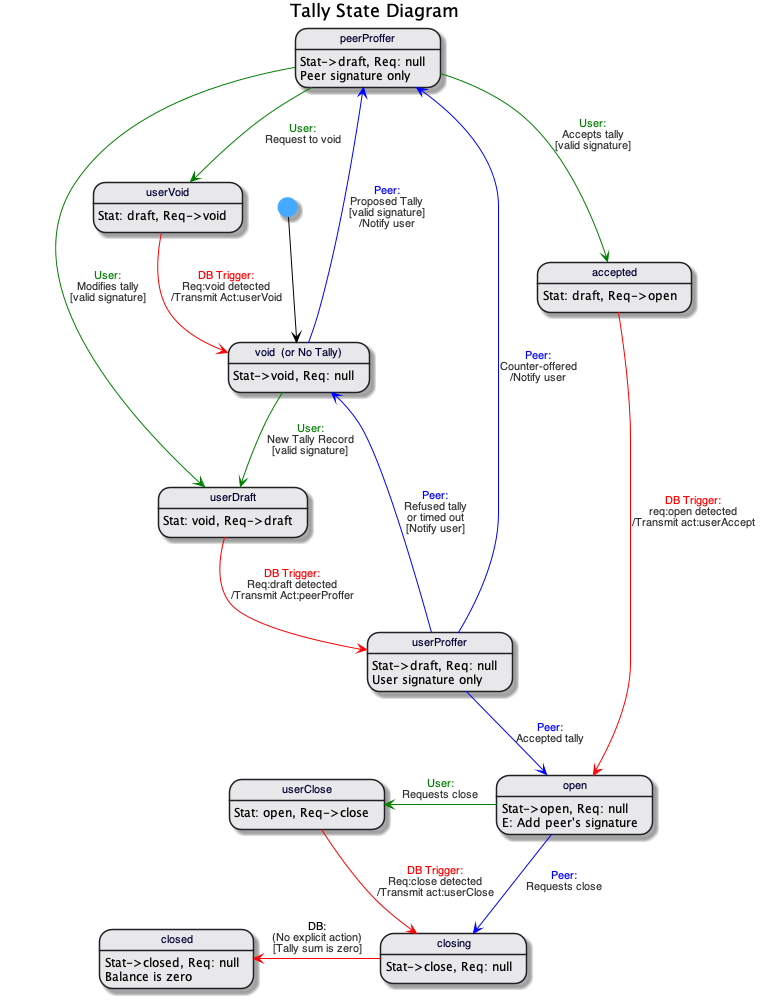
This is doc/state-tally.png from gotchoices/MyCHIPs, a PlantUML export, as it was before one commit.
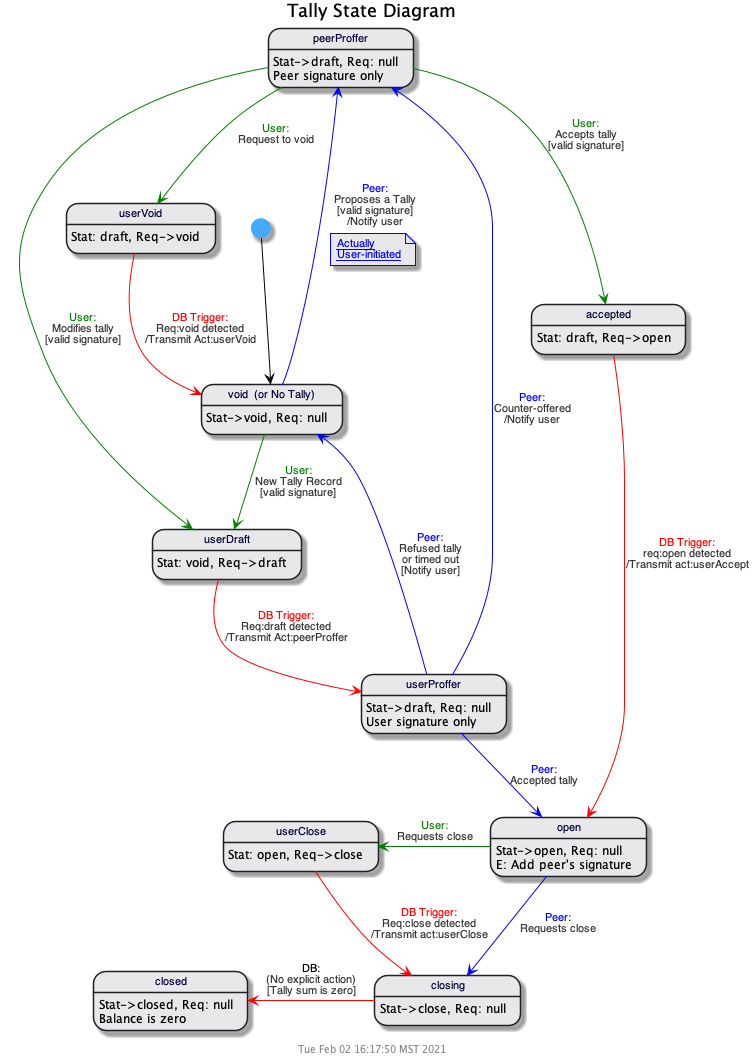
After the change.

Commit message:
Create more sequence diagrams

The edit, as a diff of the source:
```diff
@@ -20,7 +20,10 @@
 closed : Balance is zero
 open : E: Add peer's signature
 
-void -[$peer]-> peerProffer : $trans($peer,Proposed Tally,valid signature,Notify user)
+void -[$peer]-> peerProffer : $trans($peer,Proposes a Tally,valid signature,Notify user)
+note on link
+  [[Tallies.md#establishing-a-tally{Can't happen until our user uses a connection ticket to connect to the propser's system and exchange keys} Actually\nUser-initiated]]
+endnote
 void -[$user]-> userDraft : $trans($user,New Tally Record,valid signature)
 
 userVoid -[$db]-> void : $trans($db,Req:void detected,'',Transmit Act:userVoid)
```
